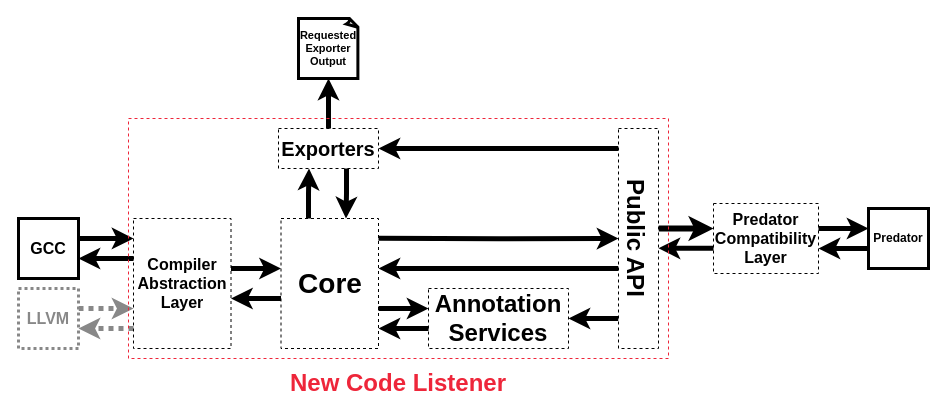
Earlier version of the draw.io diagram codelistener-new-high-level.drawio (pseja/gcc-plugin-for-static-analyzer-support). Source tidied: cells renumbered, new cells numbered last; positions are measured from the earlier drawing's top-left corner, leaving out a move shared by most shapes. Both pictures are drawn from the tidied source at 100%, with x=0, y=0 at pixel (18, 18).
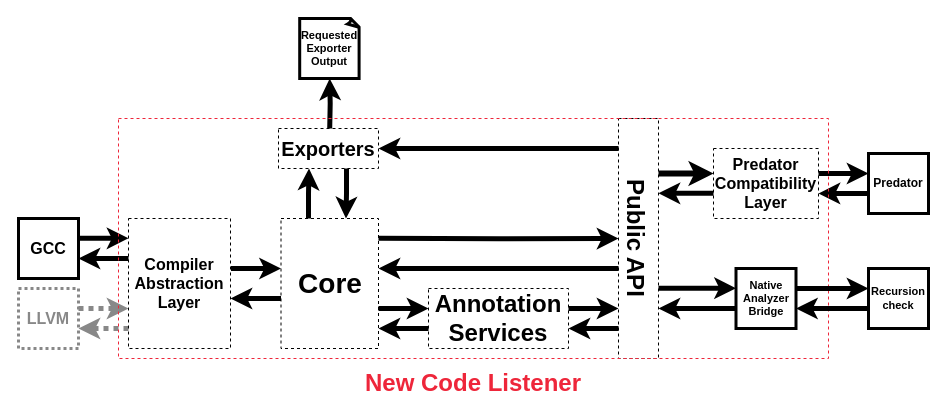
The same diagram, later.

The change refers to these unchanged cells:
```xml
<mxCell id="14" value="Core" style="rounded=0;whiteSpace=wrap;html=1;dashed=1;strokeWidth=1;verticalAlign=middle;fontSize=28;fontStyle=1;fillColor=none;" parent="1" vertex="1">
  <mxGeometry x="262.5" y="200" width="97.5" height="130" as="geometry" />
</mxCell>
<mxCell id="17" value="Exporters" style="rounded=0;whiteSpace=wrap;html=1;dashed=1;strokeWidth=1;verticalAlign=middle;fontSize=20;fontStyle=1;fillColor=none;" parent="1" vertex="1">
  <mxGeometry x="260" y="110" width="100" height="40" as="geometry" />
</mxCell>
```

Diff of the diagram source:
```diff
@@
-    <mxCell id="2" style="edgeStyle=orthogonalEdgeStyle;shape=connector;rounded=0;jettySize=auto;html=1;strokeColor=default;strokeWidth=5;align=center;verticalAlign=middle;fontFamily=Helvetica;fontSize=11;fontColor=default;labelBackgroundColor=default;endArrow=classic;" parent="1" edge="1" source="3">
+    <mxCell id="2" style="edgeStyle=orthogonalEdgeStyle;shape=connector;rounded=0;orthogonalLoop=1;jettySize=auto;html=1;strokeColor=default;strokeWidth=5;align=center;verticalAlign=middle;fontFamily=Helvetica;fontSize=11;fontColor=default;labelBackgroundColor=default;endArrow=classic;" parent="1" edge="1">
       <mxGeometry relative="1" as="geometry">
-        <mxPoint x="115" y="219.9" as="targetPoint" />
+        <mxPoint x="60" y="219.8" as="sourcePoint" />
+        <mxPoint x="110" y="219.8" as="targetPoint" />
         <Array as="points">
-          <mxPoint x="75" y="220" />
-          <mxPoint x="75" y="220" />
+          <mxPoint x="100" y="219.8" />
+          <mxPoint x="100" y="219.8" />
         </Array>
       </mxGeometry>
     </mxCell>
-    <mxCell id="3" value="GCC" style="rounded=0;whiteSpace=wrap;html=1;fontStyle=1;strokeWidth=3;fontSize=16;" parent="1" vertex="1">
+    <mxCell id="3" value="GCC" style="rounded=0;whiteSpace=wrap;html=1;fontStyle=1;strokeWidth=3;fontSize=16;fillColor=none;" parent="1" vertex="1">
       <mxGeometry y="200" width="60" height="60" as="geometry" />
     </mxCell>
-    <mxCell id="4" style="edgeStyle=orthogonalEdgeStyle;shape=connector;rounded=0;jettySize=auto;html=1;strokeColor=default;strokeWidth=5;align=center;verticalAlign=middle;fontFamily=Helvetica;fontSize=11;fontColor=default;labelBackgroundColor=default;endArrow=classic;" parent="1" edge="1" target="3">
+    <mxCell id="4" style="edgeStyle=orthogonalEdgeStyle;shape=connector;rounded=0;jettySize=auto;html=1;strokeColor=default;strokeWidth=5;align=center;verticalAlign=middle;fontFamily=Helvetica;fontSize=11;fontColor=default;labelBackgroundColor=default;endArrow=classic;" parent="1" edge="1" source="9" target="3">
       <mxGeometry relative="1" as="geometry">
-        <mxPoint x="115" y="240" as="sourcePoint" />
         <Array as="points">
-          <mxPoint x="75" y="240" />
-          <mxPoint x="75" y="240" />
+          <mxPoint x="70" y="240" />
+          <mxPoint x="70" y="240" />
         </Array>
       </mxGeometry>
     </mxCell>
-    <mxCell id="5" style="edgeStyle=orthogonalEdgeStyle;rounded=0;jettySize=auto;html=1;strokeWidth=5;strokeColor=#888888;dashed=1;dashPattern=1 1;" parent="1" edge="1" source="6">
+    <mxCell id="5" style="edgeStyle=orthogonalEdgeStyle;rounded=0;orthogonalLoop=1;jettySize=auto;html=1;strokeWidth=5;strokeColor=#888888;dashed=1;dashPattern=1 1;" parent="1" edge="1">
       <mxGeometry relative="1" as="geometry">
-        <mxPoint x="115" y="290" as="targetPoint" />
+        <mxPoint x="60" y="290" as="sourcePoint" />
+        <mxPoint x="110" y="290" as="targetPoint" />
         <Array as="points">
-          <mxPoint x="75" y="290" />
-          <mxPoint x="75" y="290" />
+          <mxPoint x="70" y="290" />
+          <mxPoint x="70" y="290" />
         </Array>
       </mxGeometry>
     </mxCell>
-    <mxCell id="6" value="LLVM" style="rounded=0;whiteSpace=wrap;html=1;fontStyle=1;strokeWidth=3;fontSize=16;strokeColor=#888888;fontColor=#888888;dashed=1;dashPattern=1 1;" parent="1" vertex="1">
+    <mxCell id="6" value="LLVM" style="rounded=0;whiteSpace=wrap;html=1;fontStyle=1;strokeWidth=3;fontSize=16;strokeColor=#888888;fontColor=#888888;dashed=1;dashPattern=1 1;fillColor=none;" parent="1" vertex="1">
       <mxGeometry y="270" width="60" height="60" as="geometry" />
     </mxCell>
-    <mxCell id="7" style="edgeStyle=orthogonalEdgeStyle;shape=connector;rounded=0;jettySize=auto;html=1;strokeColor=#888888;strokeWidth=5;align=center;verticalAlign=middle;fontFamily=Helvetica;fontSize=11;fontColor=default;labelBackgroundColor=default;endArrow=classic;dashed=1;dashPattern=1 1;" parent="1" edge="1" target="6">
+    <mxCell id="7" style="edgeStyle=orthogonalEdgeStyle;shape=connector;rounded=0;orthogonalLoop=1;jettySize=auto;html=1;strokeColor=#888888;strokeWidth=5;align=center;verticalAlign=middle;fontFamily=Helvetica;fontSize=11;fontColor=default;labelBackgroundColor=default;endArrow=classic;dashed=1;dashPattern=1 1;" parent="1" edge="1">
       <mxGeometry relative="1" as="geometry">
-        <mxPoint x="115" y="310" as="sourcePoint" />
+        <mxPoint x="110" y="310" as="sourcePoint" />
+        <mxPoint x="60" y="310" as="targetPoint" />
         <Array as="points">
-          <mxPoint x="55" y="310" />
-          <mxPoint x="55" y="310" />
+          <mxPoint x="100" y="310" />
+          <mxPoint x="100" y="310" />
         </Array>
       </mxGeometry>
     </mxCell>
@@
     <mxCell id="9" value="Compiler Abstraction Layer" style="rounded=0;whiteSpace=wrap;html=1;dashed=1;strokeWidth=1;verticalAlign=middle;fontSize=16;fontStyle=1;fillColor=none;align=center;" parent="1" vertex="1">
-      <mxGeometry x="115" y="200" width="97.5" height="130" as="geometry" />
+      <mxGeometry x="110" y="200" width="102" height="130" as="geometry" />
     </mxCell>
-    <mxCell id="10" style="edgeStyle=orthogonalEdgeStyle;rounded=0;jettySize=auto;html=1;strokeWidth=5;" parent="1" edge="1" source="14">
-      <mxGeometry relative="1" as="geometry">
-        <mxPoint x="212.5" y="280" as="targetPoint" />
-        <Array as="points">
-          <mxPoint x="252.5" y="280" />
-          <mxPoint x="252.5" y="280" />
-        </Array>
-      </mxGeometry>
-    </mxCell>
@@
+    <mxCell id="33" style="edgeStyle=orthogonalEdgeStyle;shape=connector;rounded=0;orthogonalLoop=1;jettySize=auto;html=1;strokeColor=default;strokeWidth=5;align=center;verticalAlign=middle;fontFamily=Helvetica;fontSize=11;fontColor=default;labelBackgroundColor=default;endArrow=classic;" parent="1" edge="1">
+      <mxGeometry relative="1" as="geometry">
+        <mxPoint x="262.5" y="280" as="sourcePoint" />
+        <mxPoint x="212" y="280" as="targetPoint" />
+      </mxGeometry>
+    </mxCell>
@@
-    <mxCell id="16" style="edgeStyle=orthogonalEdgeStyle;rounded=0;jettySize=auto;html=1;strokeWidth=5;" parent="1" edge="1" source="17" target="30">
-      <mxGeometry relative="1" as="geometry" />
+    <mxCell id="16" style="edgeStyle=orthogonalEdgeStyle;rounded=0;jettySize=auto;html=1;strokeWidth=5;" parent="1" edge="1" target="30">
+      <mxGeometry relative="1" as="geometry">
+        <mxPoint x="311.2" y="110" as="sourcePoint" />
+      </mxGeometry>
     </mxCell>
@@
+    <mxCell id="34" style="edgeStyle=orthogonalEdgeStyle;shape=connector;rounded=0;orthogonalLoop=1;jettySize=auto;html=1;strokeColor=default;strokeWidth=5;align=center;verticalAlign=middle;fontFamily=Helvetica;fontSize=11;fontColor=default;labelBackgroundColor=default;endArrow=classic;" parent="1" edge="1">
+      <mxGeometry relative="1" as="geometry">
+        <mxPoint x="550" y="290" as="sourcePoint" />
+        <mxPoint x="600" y="290" as="targetPoint" />
+        <Array as="points">
+          <mxPoint x="590" y="290" />
+          <mxPoint x="590" y="290" />
+        </Array>
+      </mxGeometry>
+    </mxCell>
-    <mxCell id="19" value="Annotation Services" style="rounded=0;whiteSpace=wrap;html=1;dashed=1;strokeWidth=1;verticalAlign=middle;fontSize=24;fontStyle=1;fillColor=none;" parent="1" vertex="1">
+    <mxCell id="19" value="Annotation Services" style="rounded=0;whiteSpace=wrap;html=1;dashed=1;strokeWidth=1;verticalAlign=middle;fontSize=24;fontStyle=1;fillColor=none;align=center;" parent="1" vertex="1">
       <mxGeometry x="410" y="270" width="140" height="60" as="geometry" />
     </mxCell>
@@
-    <mxCell id="21" style="edgeStyle=orthogonalEdgeStyle;rounded=0;jettySize=auto;html=1;strokeWidth=5;" parent="1" edge="1" source="24" target="19">
+    <mxCell id="21" style="edgeStyle=orthogonalEdgeStyle;rounded=0;orthogonalLoop=1;jettySize=auto;html=1;strokeWidth=5;" parent="1" edge="1">
       <mxGeometry relative="1" as="geometry">
+        <mxPoint x="600" y="310" as="sourcePoint" />
+        <mxPoint x="550" y="310" as="targetPoint" />
         <Array as="points">
-          <mxPoint x="570" y="300" />
-          <mxPoint x="570" y="300" />
+          <mxPoint x="570" y="310" />
+          <mxPoint x="570" y="310" />
         </Array>
       </mxGeometry>
     </mxCell>
@@
     <mxCell id="23" style="edgeStyle=orthogonalEdgeStyle;rounded=0;orthogonalLoop=1;jettySize=auto;html=1;strokeWidth=6;" parent="1" edge="1">
       <mxGeometry relative="1" as="geometry">
-        <mxPoint x="640" y="210" as="sourcePoint" />
-        <mxPoint x="695" y="210" as="targetPoint" />
+        <mxPoint x="640" y="155" as="sourcePoint" />
+        <mxPoint x="695" y="155" as="targetPoint" />
         <Array as="points">
-          <mxPoint x="675" y="210" />
-          <mxPoint x="675" y="210" />
+          <mxPoint x="675" y="155" />
+          <mxPoint x="675" y="155" />
         </Array>
       </mxGeometry>
     </mxCell>
+    <mxCell id="35" style="edgeStyle=orthogonalEdgeStyle;shape=connector;rounded=0;orthogonalLoop=1;jettySize=auto;html=1;strokeColor=default;strokeWidth=5;align=center;verticalAlign=middle;fontFamily=Helvetica;fontSize=11;fontColor=default;labelBackgroundColor=default;endArrow=classic;" parent="1" edge="1">
+      <mxGeometry relative="1" as="geometry">
+        <mxPoint x="640" y="269.7" as="sourcePoint" />
+        <mxPoint x="717.5" y="269.7" as="targetPoint" />
+        <Array as="points">
+          <mxPoint x="670" y="269.7" />
+          <mxPoint x="670" y="269.7" />
+        </Array>
+      </mxGeometry>
+    </mxCell>
-    <mxCell id="24" value="Public API" style="rounded=0;whiteSpace=wrap;html=1;dashed=1;strokeWidth=1;verticalAlign=middle;fontSize=24;fontStyle=1;fillColor=default;labelBackgroundColor=none;textDirection=vertical-rl;align=left;" parent="1" vertex="1">
-      <mxGeometry x="600" y="110" width="40" height="220" as="geometry" />
+    <mxCell id="24" value="Public API" style="rounded=0;whiteSpace=wrap;html=1;dashed=1;strokeWidth=1;verticalAlign=middle;fontSize=24;fontStyle=1;fillColor=none;labelBackgroundColor=none;textDirection=vertical-rl;align=left;" parent="1" vertex="1">
+      <mxGeometry x="600" y="100" width="40" height="240" as="geometry" />
     </mxCell>
     <mxCell id="25" style="edgeStyle=orthogonalEdgeStyle;rounded=0;orthogonalLoop=1;jettySize=auto;html=1;strokeWidth=5;" parent="1" edge="1">
       <mxGeometry relative="1" as="geometry">
-        <mxPoint x="695" y="229.8" as="sourcePoint" />
-        <mxPoint x="640" y="229.8" as="targetPoint" />
+        <mxPoint x="695" y="174.8" as="sourcePoint" />
+        <mxPoint x="640" y="174.8" as="targetPoint" />
       </mxGeometry>
     </mxCell>
     <mxCell id="26" style="edgeStyle=orthogonalEdgeStyle;rounded=0;jettySize=auto;html=1;strokeWidth=5;" parent="1" edge="1" target="29">
       <mxGeometry relative="1" as="geometry">
-        <mxPoint x="800" y="210" as="sourcePoint" />
+        <mxPoint x="800" y="155" as="sourcePoint" />
         <Array as="points">
-          <mxPoint x="835" y="210" />
-          <mxPoint x="835" y="210" />
+          <mxPoint x="835" y="155" />
+          <mxPoint x="835" y="155" />
         </Array>
       </mxGeometry>
     </mxCell>
     <mxCell id="27" value="Predator Compatibility Layer" style="rounded=0;whiteSpace=wrap;html=1;dashed=1;strokeWidth=1;verticalAlign=top;fontSize=16;fontStyle=1;fillColor=none;" parent="1" vertex="1">
-      <mxGeometry x="695" y="185" width="105" height="70" as="geometry" />
+      <mxGeometry x="695" y="130" width="105" height="70" as="geometry" />
     </mxCell>
     <mxCell id="28" style="edgeStyle=orthogonalEdgeStyle;rounded=0;jettySize=auto;html=1;strokeWidth=5;" parent="1" edge="1" source="29">
       <mxGeometry relative="1" as="geometry">
-        <mxPoint x="800" y="229.9" as="targetPoint" />
+        <mxPoint x="800" y="174.9" as="targetPoint" />
         <Array as="points">
-          <mxPoint x="835" y="230" />
-          <mxPoint x="835" y="230" />
+          <mxPoint x="835" y="175" />
+          <mxPoint x="835" y="175" />
         </Array>
       </mxGeometry>
     </mxCell>
-    <mxCell id="29" value="Predator" style="rounded=0;whiteSpace=wrap;html=1;fontStyle=1;strokeWidth=3;fontSize=12;" parent="1" vertex="1">
-      <mxGeometry x="850" y="190" width="60" height="60" as="geometry" />
+    <mxCell id="29" value="Predator" style="rounded=0;whiteSpace=wrap;html=1;fontStyle=1;strokeWidth=3;fontSize=12;fillColor=none;" parent="1" vertex="1">
+      <mxGeometry x="850" y="135" width="60" height="60" as="geometry" />
     </mxCell>
-    <mxCell id="30" value="Requested Exporter Output" style="whiteSpace=wrap;html=1;shape=mxgraph.basic.document;fontFamily=Helvetica;fontSize=11;fontColor=default;labelBackgroundColor=none;fontStyle=1;strokeWidth=3;strokeColor=default;" parent="1" vertex="1">
-      <mxGeometry x="280" width="60" height="60" as="geometry" />
+    <mxCell id="30" value="Requested Exporter Output" style="whiteSpace=wrap;html=1;shape=mxgraph.basic.document;fontFamily=Helvetica;fontSize=11;fontColor=default;labelBackgroundColor=none;fontStyle=1;strokeWidth=3;strokeColor=default;fillColor=none;" parent="1" vertex="1">
+      <mxGeometry x="281.2" width="60" height="60" as="geometry" />
     </mxCell>
     <mxCell id="31" value="New Code Listener" style="text;html=1;whiteSpace=wrap;strokeColor=none;fillColor=none;align=center;verticalAlign=middle;rounded=0;fontStyle=1;strokeWidth=1;fontSize=24;fontColor=#EE263A;" parent="1" vertex="1">
-      <mxGeometry x="110" y="350" width="540" height="30" as="geometry" />
+      <mxGeometry x="100" y="350" width="710" height="30" as="geometry" />
     </mxCell>
     <mxCell id="32" style="rounded=0;whiteSpace=wrap;html=1;dashed=1;strokeWidth=1;verticalAlign=top;fontSize=16;fontStyle=1;fillColor=none;strokeColor=#EE263A;" parent="1" vertex="1">
-      <mxGeometry x="110" y="100" width="540" height="240" as="geometry" />
+      <mxGeometry x="100" y="100" width="710" height="240" as="geometry" />
     </mxCell>
+    <mxCell id="36" style="edgeStyle=orthogonalEdgeStyle;shape=connector;rounded=0;orthogonalLoop=1;jettySize=auto;html=1;strokeColor=default;strokeWidth=5;align=center;verticalAlign=middle;fontFamily=Helvetica;fontSize=11;fontColor=default;labelBackgroundColor=default;endArrow=classic;" parent="1" edge="1">
+      <mxGeometry relative="1" as="geometry">
+        <mxPoint x="850" y="290" as="sourcePoint" />
+        <mxPoint x="777.5" y="290" as="targetPoint" />
+      </mxGeometry>
+    </mxCell>
+    <mxCell id="37" value="&lt;div&gt;Recursion&lt;/div&gt;&lt;div&gt;check&lt;/div&gt;" style="rounded=0;whiteSpace=wrap;html=1;fontStyle=1;strokeWidth=3;fontSize=11;fillColor=none;" parent="1" vertex="1">
+      <mxGeometry x="850" y="250" width="60" height="60" as="geometry" />
+    </mxCell>
+    <mxCell id="38" style="edgeStyle=orthogonalEdgeStyle;shape=connector;rounded=0;orthogonalLoop=1;jettySize=auto;html=1;strokeColor=default;strokeWidth=5;align=center;verticalAlign=middle;fontFamily=Helvetica;fontSize=11;fontColor=default;labelBackgroundColor=default;endArrow=classic;" parent="1" edge="1">
+      <mxGeometry relative="1" as="geometry">
+        <mxPoint x="717.5" y="290" as="sourcePoint" />
+        <mxPoint x="640" y="290" as="targetPoint" />
+        <Array as="points">
+          <mxPoint x="660" y="290" />
+          <mxPoint x="660" y="290" />
+        </Array>
+      </mxGeometry>
+    </mxCell>
+    <mxCell id="39" style="edgeStyle=orthogonalEdgeStyle;shape=connector;rounded=0;orthogonalLoop=1;jettySize=auto;html=1;strokeColor=default;strokeWidth=5;align=center;verticalAlign=middle;fontFamily=Helvetica;fontSize=11;fontColor=default;labelBackgroundColor=default;endArrow=classic;" parent="1" edge="1">
+      <mxGeometry relative="1" as="geometry">
+        <mxPoint x="777.5" y="270" as="sourcePoint" />
+        <mxPoint x="850" y="270" as="targetPoint" />
+      </mxGeometry>
+    </mxCell>
+    <mxCell id="40" value="&lt;div&gt;Native&lt;/div&gt;&lt;div&gt;Analyzer&lt;/div&gt;&lt;div&gt;Bridge&lt;/div&gt;" style="rounded=0;whiteSpace=wrap;html=1;fontStyle=1;strokeWidth=3;fontSize=11;fillColor=none;" parent="1" vertex="1">
+      <mxGeometry x="717.5" y="250" width="60" height="60" as="geometry" />
+    </mxCell>
```
